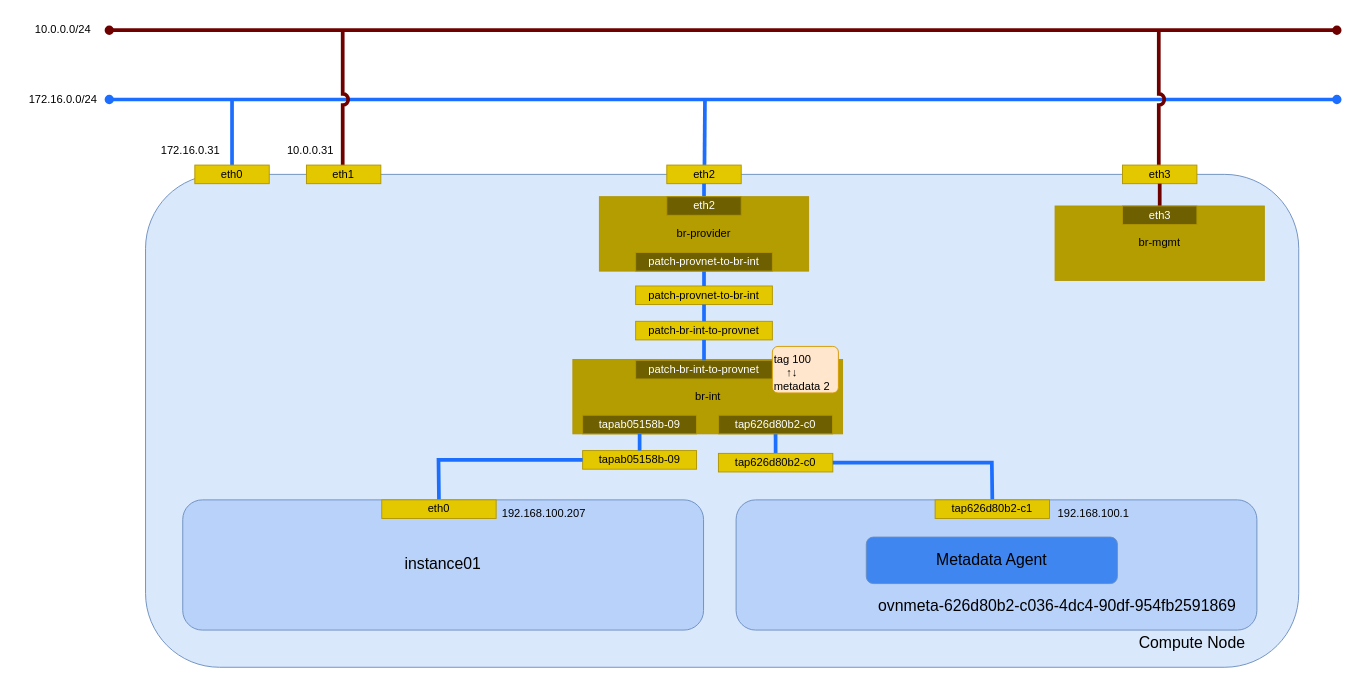
Before: _static/image/network_vlan_instance_ovn.drawio in 9506hqwy/openstack_study_notes, a draw.io diagram. Source tidied: cells renumbered, new cells numbered last; positions are measured from the earlier drawing's top-left corner, leaving out a move shared by most shapes. Both pictures are drawn from the tidied source at 93%, with x=0, y=0 at pixel (16, 16).
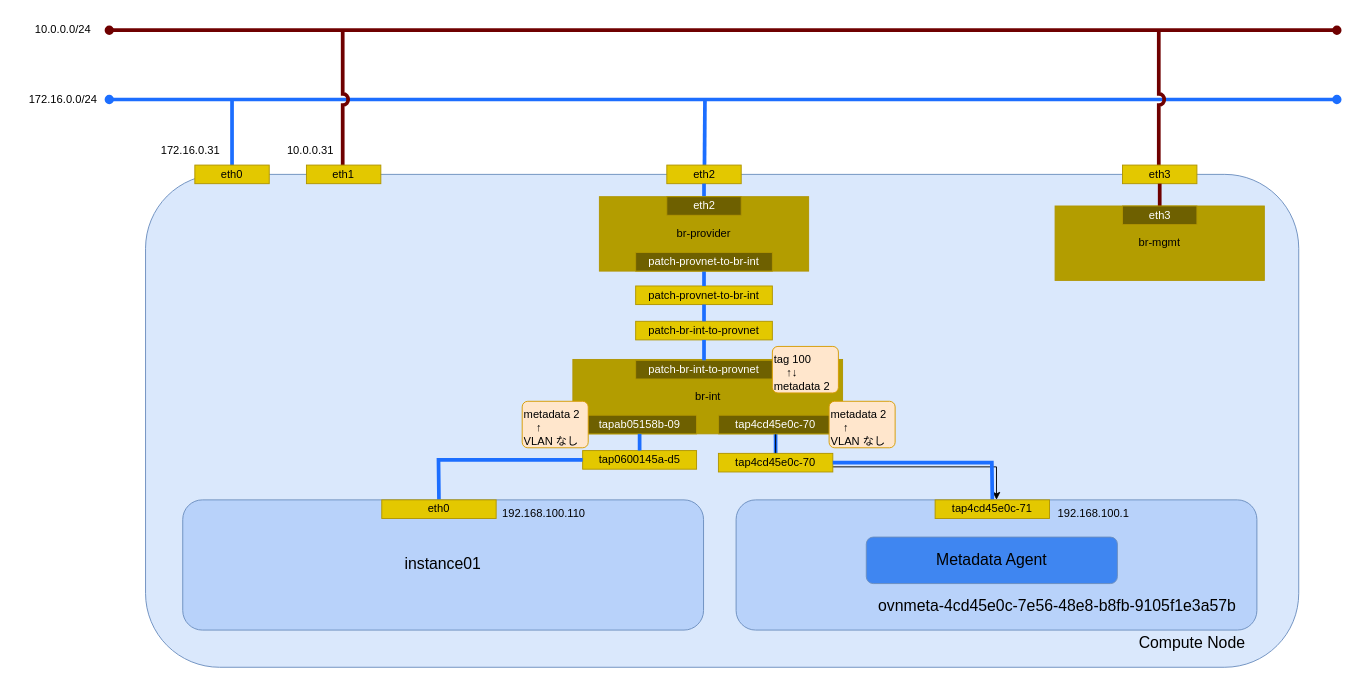
Above is the later version.

Unchanged cells that the change refers to:
```xml
<mxCell id="43" style="rounded=1;whiteSpace=wrap;html=1;fillColor=#b8d2fa;strokeColor=#6c8ebf;align=center;horizontal=1;" parent="42" vertex="1">
  <mxGeometry x="774" y="520" width="560" height="140" as="geometry" />
</mxCell>
```

Change to the diagram source:
```diff
@@
+    <mxCell id="51" style="edgeStyle=orthogonalEdgeStyle;rounded=0;jettySize=auto;html=1;" parent="10" edge="1" source="33" target="43">
+      <mxGeometry relative="1" as="geometry" />
+    </mxCell>
-    <mxCell id="33" value="&lt;font color=&quot;#ffffff&quot;&gt;tap626d80b2-c0&lt;/font&gt;" style="rounded=0;whiteSpace=wrap;html=1;fillColor=#6E6000;fontColor=#000000;strokeColor=#B09500;" parent="10" vertex="1">
+    <mxCell id="33" value="&lt;font color=&quot;#ffffff&quot;&gt;tap4cd45e0c-70&lt;/font&gt;" style="rounded=0;whiteSpace=wrap;html=1;fillColor=#6E6000;fontColor=#000000;strokeColor=#B09500;" parent="10" vertex="1">
       <mxGeometry x="755.2" y="429" width="122.5" height="20" as="geometry" />
     </mxCell>
@@
-    <mxCell id="36" value="tapab05158b-09" style="rounded=0;whiteSpace=wrap;html=1;fillColor=#e3c800;fontColor=#000000;strokeColor=#B09500;" parent="10" vertex="1">
+    <mxCell id="36" value="tap0600145a-d5" style="rounded=0;whiteSpace=wrap;html=1;fillColor=#e3c800;fontColor=#000000;strokeColor=#B09500;" parent="10" vertex="1">
       <mxGeometry x="609" y="467" width="122.5" height="20" as="geometry" />
     </mxCell>
@@
-    <mxCell id="38" value="tap626d80b2-c0" style="rounded=0;whiteSpace=wrap;html=1;fillColor=#e3c800;fontColor=#000000;strokeColor=#B09500;" parent="10" vertex="1">
+    <mxCell id="38" value="tap4cd45e0c-70" style="rounded=0;whiteSpace=wrap;html=1;fillColor=#e3c800;fontColor=#000000;strokeColor=#B09500;" parent="10" vertex="1">
       <mxGeometry x="755" y="470" width="123" height="20" as="geometry" />
     </mxCell>
@@
+    <mxCell id="52" value="&lt;div&gt;metadata 2&lt;/div&gt;&lt;div&gt;&amp;nbsp;&amp;nbsp;&amp;nbsp; ↑&lt;br&gt;&lt;/div&gt;&lt;div&gt;VLAN なし&lt;br&gt;&lt;/div&gt;" style="text;html=1;whiteSpace=wrap;overflow=hidden;rounded=1;fillColor=#ffe6cc;strokeColor=#d79b00;arcSize=12;" parent="10" vertex="1">
+      <mxGeometry x="874" y="414" width="71" height="50" as="geometry" />
+    </mxCell>
+    <mxCell id="53" value="&lt;div&gt;metadata 2&lt;/div&gt;&lt;div&gt;&amp;nbsp;&amp;nbsp;&amp;nbsp; ↑&lt;br&gt;&lt;/div&gt;&lt;div&gt;VLAN なし&lt;br&gt;&lt;/div&gt;" style="text;html=1;whiteSpace=wrap;overflow=hidden;rounded=1;fillColor=#ffe6cc;strokeColor=#d79b00;arcSize=12;" parent="10" vertex="1">
+      <mxGeometry x="544" y="414" width="71" height="50" as="geometry" />
+    </mxCell>
@@
-    <mxCell id="44" value="&lt;font style=&quot;font-size: 17px;&quot;&gt;ovnmeta-626d80b2-c036-4dc4-90df-954fb2591869&lt;/font&gt;" style="text;html=1;align=center;verticalAlign=middle;strokeColor=none;fillColor=none;" parent="42" vertex="1">
+    <mxCell id="44" value="&lt;font style=&quot;font-size: 17px;&quot;&gt;ovnmeta-4cd45e0c-7e56-48e8-b8fb-9105f1e3a57b&lt;/font&gt;" style="text;html=1;align=center;verticalAlign=middle;strokeColor=none;fillColor=none;" parent="42" vertex="1">
       <mxGeometry x="914" y="620" width="410" height="30" as="geometry" />
     </mxCell>
@@
-    <mxCell id="47" value="tap626d80b2-c1" style="rounded=0;whiteSpace=wrap;html=1;fillColor=#e3c800;fontColor=#000000;strokeColor=#B09500;" parent="42" vertex="1">
+    <mxCell id="47" value="tap4cd45e0c-71" style="rounded=0;whiteSpace=wrap;html=1;fillColor=#e3c800;fontColor=#000000;strokeColor=#B09500;" parent="42" vertex="1">
       <mxGeometry x="988" y="520" width="123" height="20" as="geometry" />
     </mxCell>
@@
-    <mxCell id="49" value="192.168.100.207" style="text;html=1;align=center;verticalAlign=middle;strokeColor=none;fillColor=none;" parent="42" vertex="1">
+    <mxCell id="49" value="192.168.100.110" style="text;html=1;align=center;verticalAlign=middle;strokeColor=none;fillColor=none;" parent="42" vertex="1">
       <mxGeometry x="507" y="520" width="120" height="30" as="geometry" />
     </mxCell>
```
